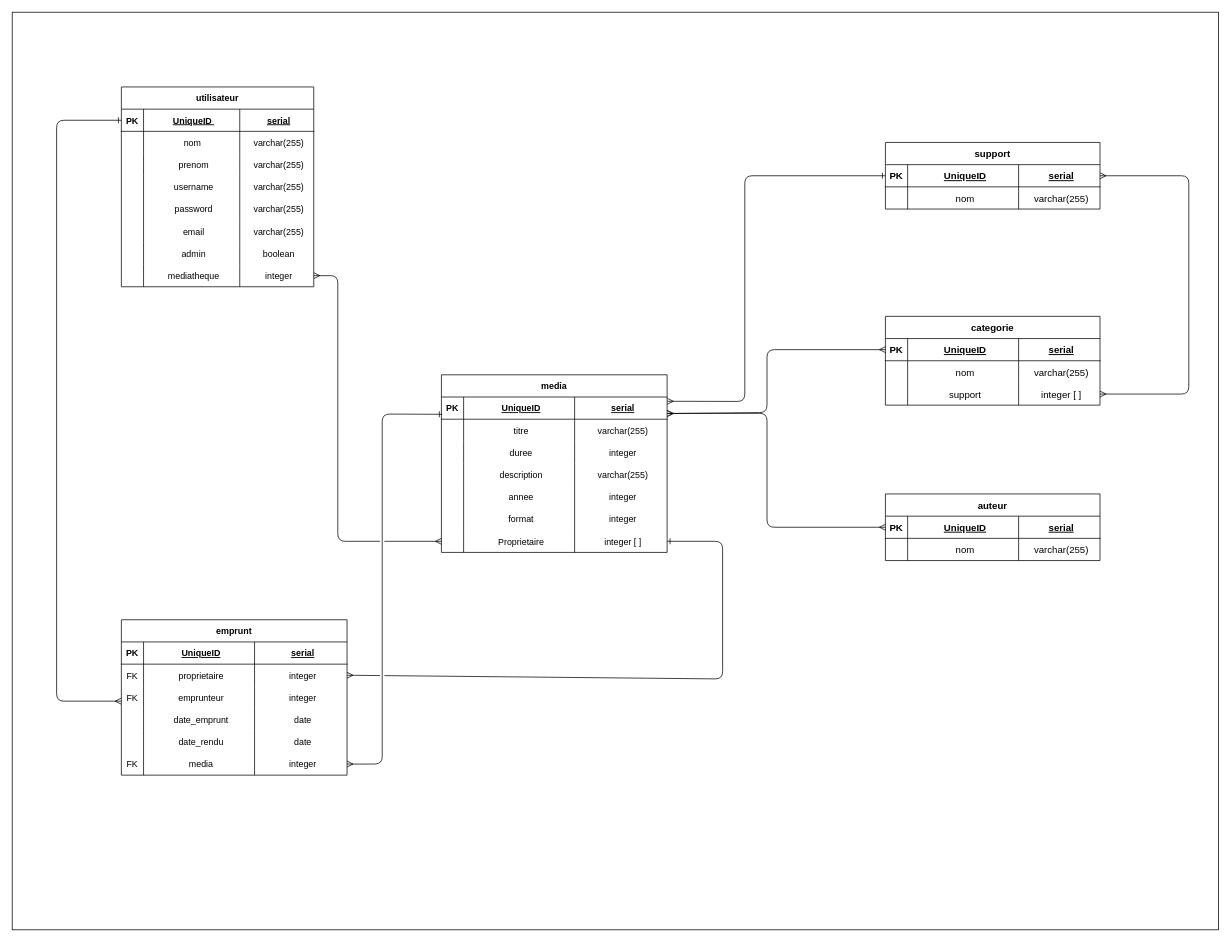
The draw.io diagram diagramClass.drawio in DarKaizoku/medialand_back, before the edit. Source tidied: cells renumbered, new cells numbered last; positions are measured from the earlier drawing's top-left corner, leaving out a move shared by most shapes. Both pictures are drawn from the tidied source at 74%, with x=0, y=0 at pixel (12, 12).
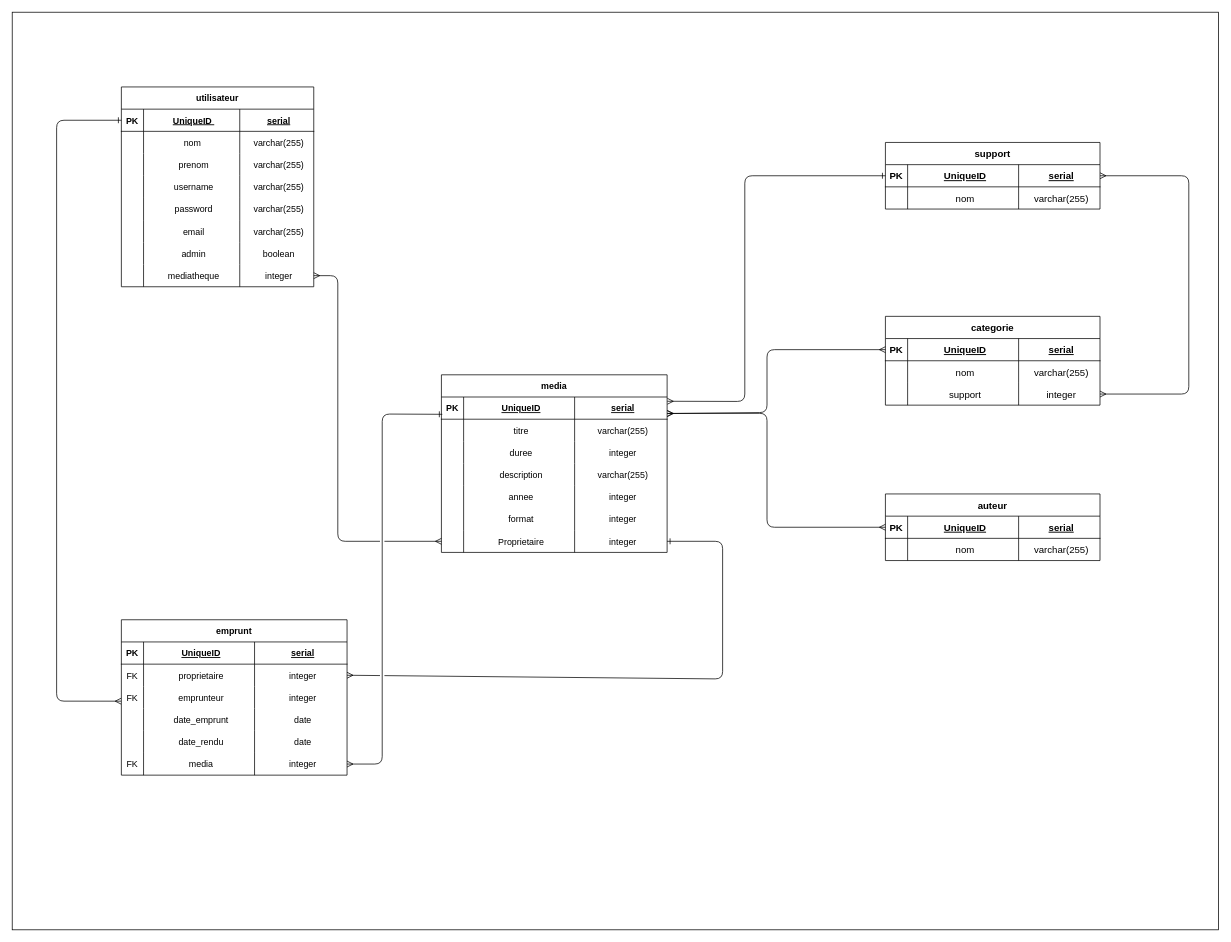
After the change.

Unchanged cells that the change refers to:
```xml
<mxCell id="28" style="shape=tableRow;horizontal=0;startSize=0;swimlaneHead=0;swimlaneBody=0;fillColor=none;points=[[0,0.5],[1,0.5]];portConstraint=eastwest;top=0;left=0;right=0;bottom=0;" parent="3" vertex="1">
  <mxGeometry y="210" width="305" height="30" as="geometry" />
</mxCell>
<mxCell id="83" style="shape=tableRow;horizontal=0;startSize=0;swimlaneHead=0;swimlaneBody=0;fillColor=none;points=[[0,0.5],[1,0.5]];portConstraint=eastwest;top=0;left=0;right=0;bottom=0;fontSize=13;" parent="74" vertex="1">
  <mxGeometry y="90" width="290" height="30" as="geometry" />
</mxCell>
```

Diff of the diagram source:
```diff
@@
-    <mxCell id="31" value="integer [ ]" style="shape=partialRectangle;fillColor=none;top=0;left=0;bottom=0;right=0;align=center;spacingLeft=6;overflow=hidden;" parent="28" vertex="1">
+    <mxCell id="31" value="integer" style="shape=partialRectangle;fillColor=none;top=0;left=0;bottom=0;right=0;align=center;spacingLeft=6;overflow=hidden;" parent="28" vertex="1">
       <mxGeometry x="180" width="125" height="30" as="geometry" />
     </mxCell>
@@
-    <mxCell id="86" value="integer [ ]" style="shape=partialRectangle;fillColor=none;top=0;left=0;bottom=0;right=0;align=center;spacingLeft=6;overflow=hidden;fontSize=13;" parent="83" vertex="1">
+    <mxCell id="86" value="integer" style="shape=partialRectangle;fillColor=none;top=0;left=0;bottom=0;right=0;align=center;spacingLeft=6;overflow=hidden;fontSize=13;" parent="83" vertex="1">
       <mxGeometry x="180" width="110" height="30" as="geometry" />
     </mxCell>
```
